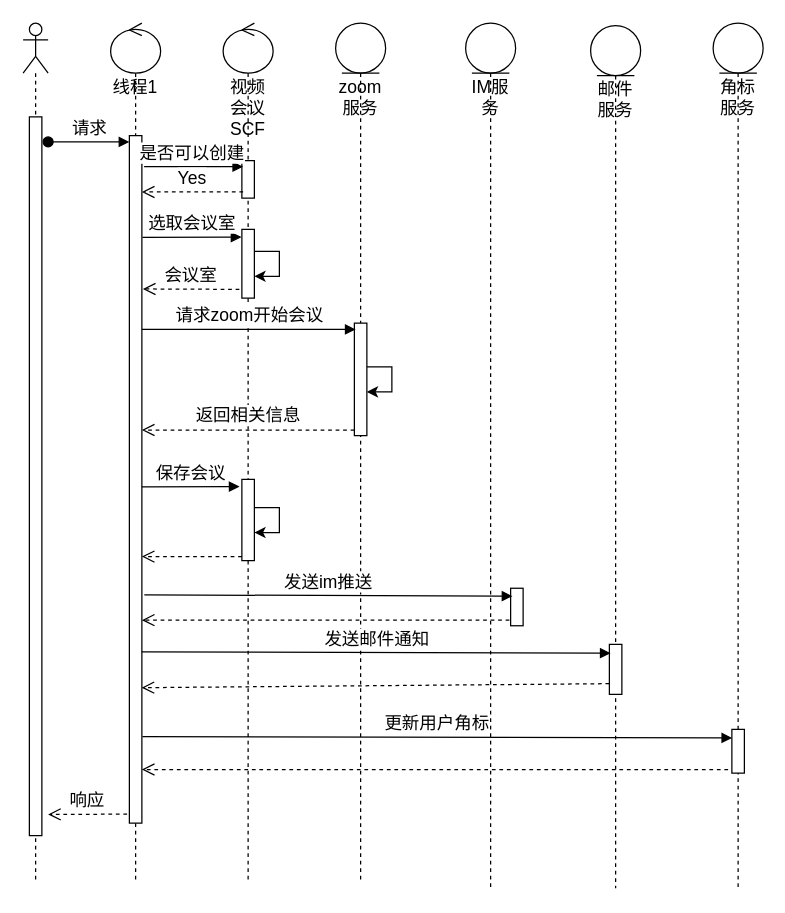
This is page "第 3 页" (3 of 12) of shuzhi.drawio from nullbull/uml, a draw.io file, before an edit. Source tidied: cells renumbered, new cells numbered last; positions are measured from the earlier drawing's top-left corner, leaving out a move shared by most shapes. Both pictures are drawn from the tidied source at 125%, with x=0, y=0 at pixel (22, 22).
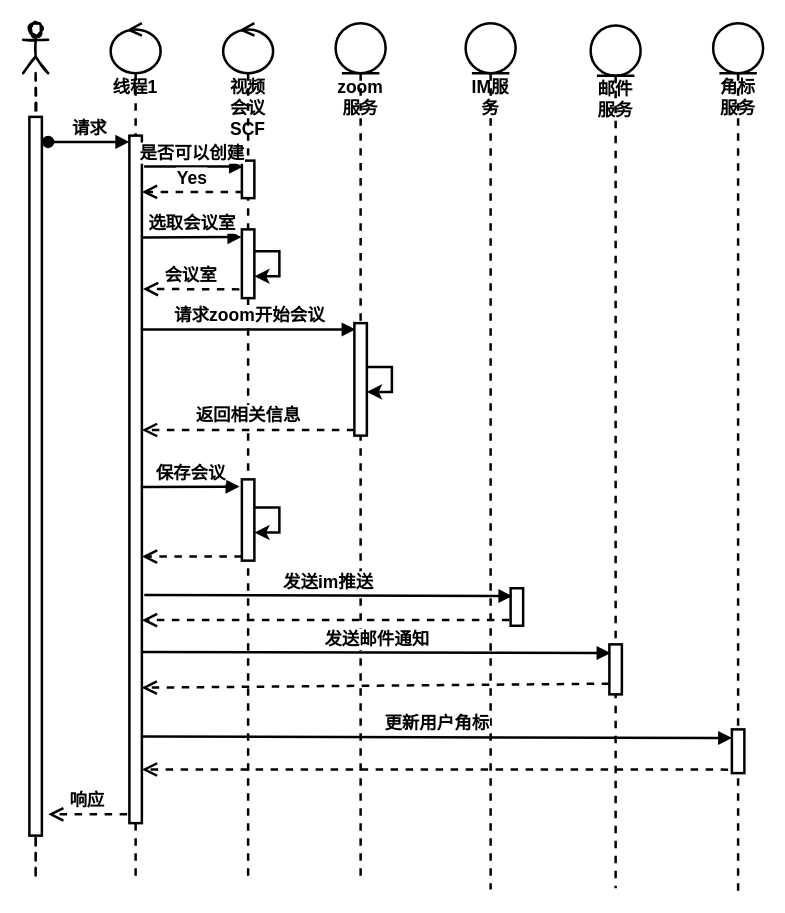
The same page after the edit.

The edit, as a diff of the source:
```diff
@@
-    <mxCell id="2" style="shape=umlLifeline;participant=umlActor;perimeter=lifelinePerimeter;whiteSpace=wrap;html=1;verticalAlign=top;spacingTop=36;fontSize=14;" parent="1" vertex="1">
+    <mxCell id="2" style="shape=umlLifeline;participant=umlActor;perimeter=lifelinePerimeter;whiteSpace=wrap;html=1;verticalAlign=top;spacingTop=36;fontSize=14;fontStyle=1;sketch=1;strokeWidth=2;" parent="1" vertex="1">
       <mxGeometry width="20" height="686" as="geometry" />
     </mxCell>
-    <mxCell id="3" style="html=1;perimeter=orthogonalPerimeter;fontSize=14;" parent="2" vertex="1">
+    <mxCell id="3" style="html=1;perimeter=orthogonalPerimeter;fontSize=14;fontStyle=1;strokeWidth=2;" parent="2" vertex="1">
       <mxGeometry x="5" y="75" width="10" height="575" as="geometry" />
     </mxCell>
-    <mxCell id="4" value="线程1" style="shape=umlLifeline;participant=umlControl;perimeter=lifelinePerimeter;whiteSpace=wrap;html=1;verticalAlign=top;spacingTop=36;fontSize=14;" parent="1" vertex="1">
+    <mxCell id="4" value="线程1" style="shape=umlLifeline;participant=umlControl;perimeter=lifelinePerimeter;whiteSpace=wrap;html=1;verticalAlign=top;spacingTop=36;fontSize=14;fontStyle=1;strokeWidth=2;" parent="1" vertex="1">
       <mxGeometry x="70" width="40" height="687" as="geometry" />
     </mxCell>
-    <mxCell id="5" style="html=1;points=[];perimeter=orthogonalPerimeter;fontSize=14;" parent="4" vertex="1">
+    <mxCell id="5" style="html=1;points=[];perimeter=orthogonalPerimeter;fontSize=14;fontStyle=1;strokeWidth=2;" parent="4" vertex="1">
       <mxGeometry x="15" y="90" width="10" height="550" as="geometry" />
     </mxCell>
-    <mxCell id="6" value="视频会议SCF" style="shape=umlLifeline;participant=umlControl;perimeter=lifelinePerimeter;whiteSpace=wrap;html=1;verticalAlign=top;spacingTop=36;fontSize=14;" parent="1" vertex="1">
+    <mxCell id="6" value="视频会议SCF" style="shape=umlLifeline;participant=umlControl;perimeter=lifelinePerimeter;whiteSpace=wrap;html=1;verticalAlign=top;spacingTop=36;fontSize=14;fontStyle=1;strokeWidth=2;" parent="1" vertex="1">
       <mxGeometry x="160" width="40" height="686" as="geometry" />
     </mxCell>
-    <mxCell id="7" style="html=1;points=[];perimeter=orthogonalPerimeter;fontSize=14;" parent="6" vertex="1">
+    <mxCell id="7" style="html=1;points=[];perimeter=orthogonalPerimeter;fontSize=14;fontStyle=1;strokeWidth=2;" parent="6" vertex="1">
       <mxGeometry x="15" y="110" width="10" height="30" as="geometry" />
     </mxCell>
-    <mxCell id="8" style="html=1;points=[];perimeter=orthogonalPerimeter;fontSize=14;" parent="6" vertex="1">
+    <mxCell id="8" style="html=1;points=[];perimeter=orthogonalPerimeter;fontSize=14;fontStyle=1;strokeWidth=2;" parent="6" vertex="1">
       <mxGeometry x="15" y="165" width="10" height="55" as="geometry" />
     </mxCell>
-    <mxCell id="9" style="html=1;points=[];perimeter=orthogonalPerimeter;fontSize=14;" parent="6" vertex="1">
+    <mxCell id="9" style="html=1;points=[];perimeter=orthogonalPerimeter;fontSize=14;fontStyle=1;strokeWidth=2;" parent="6" vertex="1">
       <mxGeometry x="15" y="365" width="10" height="65" as="geometry" />
     </mxCell>
-    <mxCell id="10" style="edgeStyle=orthogonalEdgeStyle;rounded=0;orthogonalLoop=1;jettySize=auto;html=1;fontSize=14;" parent="6" edge="1" source="8" target="8">
+    <mxCell id="10" style="edgeStyle=orthogonalEdgeStyle;rounded=0;orthogonalLoop=1;jettySize=auto;html=1;fontSize=14;fontStyle=1;strokeWidth=2;" parent="6" edge="1" source="8" target="8">
       <mxGeometry relative="1" as="geometry" />
     </mxCell>
-    <mxCell id="11" style="edgeStyle=orthogonalEdgeStyle;rounded=0;orthogonalLoop=1;jettySize=auto;html=1;fontSize=14;" parent="6" edge="1" source="9" target="9">
+    <mxCell id="11" style="edgeStyle=orthogonalEdgeStyle;rounded=0;orthogonalLoop=1;jettySize=auto;html=1;fontSize=14;fontStyle=1;strokeWidth=2;" parent="6" edge="1" source="9" target="9">
       <mxGeometry relative="1" as="geometry" />
     </mxCell>
-    <mxCell id="12" value="请求" style="html=1;verticalAlign=bottom;startArrow=oval;endArrow=block;startSize=8;fontSize=14;" parent="1" edge="1" target="5">
+    <mxCell id="12" value="请求" style="html=1;verticalAlign=bottom;startArrow=oval;endArrow=block;startSize=8;fontSize=14;fontStyle=1;strokeWidth=2;" parent="1" edge="1" target="5">
       <mxGeometry relative="1" as="geometry">
         <mxPoint x="20" y="95" as="sourcePoint" />
       </mxGeometry>
     </mxCell>
-    <mxCell id="13" value="zoom服务" style="shape=umlLifeline;participant=umlEntity;perimeter=lifelinePerimeter;whiteSpace=wrap;html=1;verticalAlign=top;spacingTop=36;fontSize=14;" parent="1" vertex="1">
+    <mxCell id="13" value="zoom服务" style="shape=umlLifeline;participant=umlEntity;perimeter=lifelinePerimeter;whiteSpace=wrap;html=1;verticalAlign=top;spacingTop=36;fontSize=14;fontStyle=1;strokeWidth=2;" parent="1" vertex="1">
       <mxGeometry x="250" width="40" height="686" as="geometry" />
     </mxCell>
-    <mxCell id="14" style="html=1;points=[];perimeter=orthogonalPerimeter;fontSize=14;" parent="13" vertex="1">
+    <mxCell id="14" style="html=1;points=[];perimeter=orthogonalPerimeter;fontSize=14;fontStyle=1;strokeWidth=2;" parent="13" vertex="1">
       <mxGeometry x="15" y="240" width="10" height="90" as="geometry" />
     </mxCell>
-    <mxCell id="15" style="edgeStyle=none;rounded=0;orthogonalLoop=1;jettySize=auto;html=1;fontSize=14;" parent="13" edge="1" source="14" target="14">
+    <mxCell id="15" style="edgeStyle=none;rounded=0;orthogonalLoop=1;jettySize=auto;html=1;fontSize=14;fontStyle=1;strokeWidth=2;" parent="13" edge="1" source="14" target="14">
       <mxGeometry relative="1" as="geometry" />
     </mxCell>
-    <mxCell id="16" value="IM服务" style="shape=umlLifeline;participant=umlEntity;perimeter=lifelinePerimeter;whiteSpace=wrap;html=1;verticalAlign=top;spacingTop=36;fontSize=14;" parent="1" vertex="1">
+    <mxCell id="16" value="IM服务" style="shape=umlLifeline;participant=umlEntity;perimeter=lifelinePerimeter;whiteSpace=wrap;html=1;verticalAlign=top;spacingTop=36;fontSize=14;fontStyle=1;strokeWidth=2;" parent="1" vertex="1">
       <mxGeometry x="354" width="40" height="693" as="geometry" />
     </mxCell>
-    <mxCell id="17" value="是否可以创建" style="html=1;verticalAlign=bottom;endArrow=block;exitX=1.18;exitY=0.045;exitDx=0;exitDy=0;exitPerimeter=0;entryX=0.1;entryY=0.16;entryDx=0;entryDy=0;entryPerimeter=0;fontSize=14;" parent="1" edge="1" source="5" target="7">
+    <mxCell id="17" value="是否可以创建" style="html=1;verticalAlign=bottom;endArrow=block;exitX=1.18;exitY=0.045;exitDx=0;exitDy=0;exitPerimeter=0;entryX=0.1;entryY=0.16;entryDx=0;entryDy=0;entryPerimeter=0;fontSize=14;fontStyle=1;strokeWidth=2;" parent="1" edge="1" source="5" target="7">
       <mxGeometry x="-0.04" relative="1" as="geometry" />
     </mxCell>
-    <mxCell id="18" value="邮件服务" style="shape=umlLifeline;participant=umlEntity;perimeter=lifelinePerimeter;whiteSpace=wrap;html=1;verticalAlign=top;spacingTop=36;fontSize=14;" parent="1" vertex="1">
+    <mxCell id="18" value="邮件服务" style="shape=umlLifeline;participant=umlEntity;perimeter=lifelinePerimeter;whiteSpace=wrap;html=1;verticalAlign=top;spacingTop=36;fontSize=14;fontStyle=1;strokeWidth=2;" parent="1" vertex="1">
       <mxGeometry x="454" y="2" width="40" height="690" as="geometry" />
     </mxCell>
-    <mxCell id="19" style="html=1;points=[];perimeter=orthogonalPerimeter;fontSize=14;" parent="18" vertex="1">
+    <mxCell id="19" style="html=1;points=[];perimeter=orthogonalPerimeter;fontSize=14;fontStyle=1;strokeWidth=2;" parent="18" vertex="1">
       <mxGeometry x="15" y="495" width="10" height="40" as="geometry" />
     </mxCell>
-    <mxCell id="20" value="角标服务" style="shape=umlLifeline;participant=umlEntity;perimeter=lifelinePerimeter;whiteSpace=wrap;html=1;verticalAlign=top;spacingTop=36;fontSize=14;" parent="1" vertex="1">
+    <mxCell id="20" value="角标服务" style="shape=umlLifeline;participant=umlEntity;perimeter=lifelinePerimeter;whiteSpace=wrap;html=1;verticalAlign=top;spacingTop=36;fontSize=14;fontStyle=1;strokeWidth=2;" parent="1" vertex="1">
       <mxGeometry x="552" width="40" height="694" as="geometry" />
     </mxCell>
-    <mxCell id="21" style="html=1;points=[];perimeter=orthogonalPerimeter;fontSize=14;" parent="20" vertex="1">
+    <mxCell id="21" style="html=1;points=[];perimeter=orthogonalPerimeter;fontSize=14;fontStyle=1;strokeWidth=2;" parent="20" vertex="1">
       <mxGeometry x="15" y="565" width="10" height="35" as="geometry" />
     </mxCell>
-    <mxCell id="22" value="会议室" style="html=1;verticalAlign=bottom;endArrow=open;dashed=1;endSize=8;entryX=1.081;entryY=0.223;entryDx=0;entryDy=0;entryPerimeter=0;fontSize=14;" parent="1" edge="1" target="5">
+    <mxCell id="22" value="会议室" style="html=1;verticalAlign=bottom;endArrow=open;dashed=1;endSize=8;entryX=1.081;entryY=0.223;entryDx=0;entryDy=0;entryPerimeter=0;fontSize=14;fontStyle=1;strokeWidth=2;" parent="1" edge="1" target="5">
       <mxGeometry relative="1" as="geometry">
         <mxPoint x="173" y="213" as="sourcePoint" />
       </mxGeometry>
     </mxCell>
-    <mxCell id="23" value="选取会议室" style="html=1;verticalAlign=bottom;endArrow=block;entryX=-0.033;entryY=0.112;entryDx=0;entryDy=0;entryPerimeter=0;exitX=1.043;exitY=0.148;exitDx=0;exitDy=0;exitPerimeter=0;fontSize=14;" parent="1" edge="1" source="5" target="8">
+    <mxCell id="23" value="选取会议室" style="html=1;verticalAlign=bottom;endArrow=block;entryX=-0.033;entryY=0.112;entryDx=0;entryDy=0;entryPerimeter=0;exitX=1.043;exitY=0.148;exitDx=0;exitDy=0;exitPerimeter=0;fontSize=14;fontStyle=1;strokeWidth=2;" parent="1" edge="1" source="5" target="8">
       <mxGeometry relative="1" as="geometry" />
     </mxCell>
-    <mxCell id="24" value="请求zoom开始会议" style="html=1;verticalAlign=bottom;endArrow=block;entryX=0.1;entryY=0.056;entryDx=0;entryDy=0;entryPerimeter=0;fontSize=14;" parent="1" edge="1" target="14">
+    <mxCell id="24" value="请求zoom开始会议" style="html=1;verticalAlign=bottom;endArrow=block;entryX=0.1;entryY=0.056;entryDx=0;entryDy=0;entryPerimeter=0;fontSize=14;fontStyle=1;strokeWidth=2;" parent="1" edge="1" target="14">
       <mxGeometry relative="1" as="geometry">
         <mxPoint x="95" y="245" as="sourcePoint" />
       </mxGeometry>
     </mxCell>
-    <mxCell id="25" value="返回相关信息" style="html=1;verticalAlign=bottom;endArrow=open;dashed=1;endSize=8;exitX=0;exitY=0.95;fontSize=14;" parent="1" edge="1" source="14" target="5">
+    <mxCell id="25" value="返回相关信息" style="html=1;verticalAlign=bottom;endArrow=open;dashed=1;endSize=8;exitX=0;exitY=0.95;fontSize=14;fontStyle=1;strokeWidth=2;" parent="1" edge="1" source="14" target="5">
       <mxGeometry relative="1" as="geometry" />
     </mxCell>
-    <mxCell id="26" style="html=1;verticalAlign=bottom;endArrow=open;dashed=1;endSize=8;exitX=0;exitY=0.95;fontSize=14;" parent="1" edge="1" source="9" target="5">
+    <mxCell id="26" style="html=1;verticalAlign=bottom;endArrow=open;dashed=1;endSize=8;exitX=0;exitY=0.95;fontSize=14;fontStyle=1;strokeWidth=2;" parent="1" edge="1" source="9" target="5">
       <mxGeometry relative="1" as="geometry" />
     </mxCell>
-    <mxCell id="27" style="html=1;points=[];perimeter=orthogonalPerimeter;fontSize=14;" parent="1" vertex="1">
+    <mxCell id="27" style="html=1;points=[];perimeter=orthogonalPerimeter;fontSize=14;fontStyle=1;strokeWidth=2;" parent="1" vertex="1">
       <mxGeometry x="390" y="452.1" width="10" height="30" as="geometry" />
     </mxCell>
-    <mxCell id="28" value="发送im推送" style="html=1;verticalAlign=bottom;endArrow=block;entryX=0.144;entryY=0.21;entryDx=0;entryDy=0;entryPerimeter=0;exitX=1.195;exitY=0.668;exitDx=0;exitDy=0;exitPerimeter=0;fontSize=14;" parent="1" edge="1" source="5" target="27">
+    <mxCell id="28" value="发送im推送" style="html=1;verticalAlign=bottom;endArrow=block;entryX=0.144;entryY=0.21;entryDx=0;entryDy=0;entryPerimeter=0;exitX=1.195;exitY=0.668;exitDx=0;exitDy=0;exitPerimeter=0;fontSize=14;fontStyle=1;strokeWidth=2;" parent="1" edge="1" source="5" target="27">
       <mxGeometry relative="1" as="geometry" />
     </mxCell>
-    <mxCell id="29" value="更新用户角标" style="html=1;verticalAlign=bottom;endArrow=block;entryX=0.024;entryY=0.197;entryDx=0;entryDy=0;entryPerimeter=0;exitX=1.043;exitY=0.874;exitDx=0;exitDy=0;exitPerimeter=0;fontSize=14;" parent="1" edge="1" source="5" target="21">
+    <mxCell id="29" value="更新用户角标" style="html=1;verticalAlign=bottom;endArrow=block;entryX=0.024;entryY=0.197;entryDx=0;entryDy=0;entryPerimeter=0;exitX=1.043;exitY=0.874;exitDx=0;exitDy=0;exitPerimeter=0;fontSize=14;fontStyle=1;strokeWidth=2;" parent="1" edge="1" source="5" target="21">
       <mxGeometry relative="1" as="geometry" />
     </mxCell>
-    <mxCell id="30" style="html=1;verticalAlign=bottom;endArrow=open;dashed=1;endSize=8;exitX=-0.1;exitY=0.847;exitDx=0;exitDy=0;exitPerimeter=0;fontSize=14;" parent="1" edge="1" source="27">
+    <mxCell id="30" style="html=1;verticalAlign=bottom;endArrow=open;dashed=1;endSize=8;exitX=-0.1;exitY=0.847;exitDx=0;exitDy=0;exitPerimeter=0;fontSize=14;fontStyle=1;strokeWidth=2;" parent="1" edge="1" source="27">
       <mxGeometry relative="1" as="geometry">
         <mxPoint x="95" y="477.6" as="targetPoint" />
       </mxGeometry>
     </mxCell>
-    <mxCell id="31" style="html=1;verticalAlign=bottom;endArrow=open;dashed=1;endSize=8;exitX=-0.3;exitY=0.92;exitDx=0;exitDy=0;exitPerimeter=0;fontSize=14;" parent="1" edge="1" source="21">
+    <mxCell id="31" style="html=1;verticalAlign=bottom;endArrow=open;dashed=1;endSize=8;exitX=-0.3;exitY=0.92;exitDx=0;exitDy=0;exitPerimeter=0;fontSize=14;fontStyle=1;strokeWidth=2;" parent="1" edge="1" source="21">
       <mxGeometry relative="1" as="geometry">
         <mxPoint x="95" y="597.1" as="targetPoint" />
       </mxGeometry>
     </mxCell>
-    <mxCell id="32" value="发送邮件通知" style="html=1;verticalAlign=bottom;endArrow=block;exitX=0.98;exitY=0.751;exitDx=0;exitDy=0;exitPerimeter=0;fontSize=14;" parent="1" edge="1" source="5">
+    <mxCell id="32" value="发送邮件通知" style="html=1;verticalAlign=bottom;endArrow=block;exitX=0.98;exitY=0.751;exitDx=0;exitDy=0;exitPerimeter=0;fontSize=14;fontStyle=1;strokeWidth=2;" parent="1" edge="1" source="5">
       <mxGeometry relative="1" as="geometry">
         <mxPoint x="470" y="504" as="targetPoint" />
       </mxGeometry>
     </mxCell>
-    <mxCell id="33" style="html=1;verticalAlign=bottom;endArrow=open;dashed=1;endSize=8;exitX=-0.012;exitY=0.786;exitDx=0;exitDy=0;exitPerimeter=0;entryX=0.98;entryY=0.803;entryDx=0;entryDy=0;entryPerimeter=0;fontSize=14;" parent="1" edge="1" source="19" target="5">
+    <mxCell id="33" style="html=1;verticalAlign=bottom;endArrow=open;dashed=1;endSize=8;exitX=-0.012;exitY=0.786;exitDx=0;exitDy=0;exitPerimeter=0;entryX=0.98;entryY=0.803;entryDx=0;entryDy=0;entryPerimeter=0;fontSize=14;fontStyle=1;strokeWidth=2;" parent="1" edge="1" source="19" target="5">
       <mxGeometry relative="1" as="geometry" />
     </mxCell>
-    <mxCell id="34" value="响应" style="html=1;verticalAlign=bottom;endArrow=open;dashed=1;endSize=8;exitX=-0.18;exitY=0.987;exitDx=0;exitDy=0;exitPerimeter=0;fontSize=14;" parent="1" edge="1" source="5">
+    <mxCell id="34" value="响应" style="html=1;verticalAlign=bottom;endArrow=open;dashed=1;endSize=8;exitX=-0.18;exitY=0.987;exitDx=0;exitDy=0;exitPerimeter=0;fontSize=14;fontStyle=1;strokeWidth=2;" parent="1" edge="1" source="5">
       <mxGeometry relative="1" as="geometry">
         <mxPoint x="20" y="633" as="targetPoint" />
       </mxGeometry>
     </mxCell>
-    <mxCell id="35" value="Yes" style="html=1;verticalAlign=bottom;endArrow=open;dashed=1;endSize=8;entryX=1;entryY=0.082;entryDx=0;entryDy=0;entryPerimeter=0;fontSize=14;" parent="1" edge="1" target="5">
+    <mxCell id="35" value="Yes" style="html=1;verticalAlign=bottom;endArrow=open;dashed=1;endSize=8;entryX=1;entryY=0.082;entryDx=0;entryDy=0;entryPerimeter=0;fontSize=14;fontStyle=1;strokeWidth=2;" parent="1" edge="1" target="5">
       <mxGeometry relative="1" as="geometry">
         <mxPoint x="176" y="135" as="sourcePoint" />
       </mxGeometry>
     </mxCell>
-    <mxCell id="36" value="保存会议" style="html=1;verticalAlign=bottom;endArrow=block;entryX=-0.186;entryY=0.089;entryDx=0;entryDy=0;entryPerimeter=0;fontSize=14;" parent="1" edge="1" target="9">
+    <mxCell id="36" value="保存会议" style="html=1;verticalAlign=bottom;endArrow=block;entryX=-0.186;entryY=0.089;entryDx=0;entryDy=0;entryPerimeter=0;fontSize=14;fontStyle=1;strokeWidth=2;" parent="1" edge="1" target="9">
       <mxGeometry relative="1" as="geometry">
         <mxPoint x="95" y="371" as="sourcePoint" />
       </mxGeometry>
     </mxCell>
```
